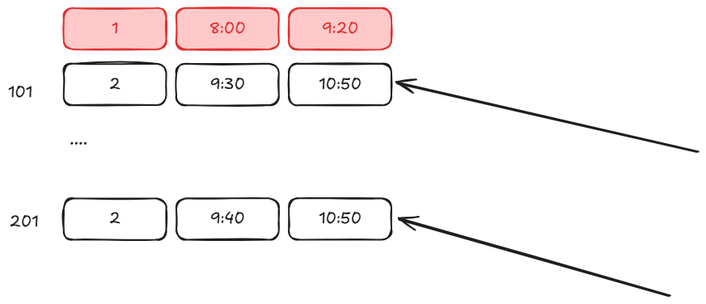
Before: 10_practice/scheme.excalidraw.png, a diagram exported from Excalidraw (silvercodes/P41_db_sql_ef). Source tidied: one line per element, renumbered; positions are measured from the earlier drawing's top-left corner, leaving out a move shared by most shapes. Source of this version:
```json
{"id": 0, "type": "rectangle", "strokeColor": "#e03131", "backgroundColor": "#ffc9c9", "fillStyle": "solid", "strokeWidth": 2, "roughness": 1, "round": true, "x": 69, "y": 0, "width": 127, "height": 51}
{"id": 1, "type": "text", "text": "1", "strokeColor": "#e03131", "strokeWidth": 2, "roughness": 1, "fontSize": 20, "fontFamily": 5, "textAlign": "center", "verticalAlign": "middle", "inside": 0, "x": 128, "y": 13, "width": 9, "height": 25}
{"id": 2, "type": "rectangle", "strokeColor": "#e03131", "backgroundColor": "#ffc9c9", "fillStyle": "solid", "strokeWidth": 2, "roughness": 1, "round": true, "x": 208, "y": 0, "width": 127, "height": 51}
{"id": 3, "type": "text", "text": "8:00", "strokeColor": "#e03131", "strokeWidth": 2, "roughness": 1, "fontSize": 20, "fontFamily": 5, "textAlign": "center", "verticalAlign": "middle", "inside": 2, "x": 249, "y": 13, "width": 45, "height": 25}
{"id": 4, "type": "rectangle", "strokeColor": "#e03131", "backgroundColor": "#ffc9c9", "fillStyle": "solid", "strokeWidth": 2, "roughness": 1, "round": true, "x": 347, "y": 0, "width": 127, "height": 51}
{"id": 5, "type": "text", "text": "9:20", "strokeColor": "#e03131", "strokeWidth": 2, "roughness": 1, "fontSize": 20, "fontFamily": 5, "textAlign": "center", "verticalAlign": "middle", "inside": 4, "x": 388, "y": 13, "width": 45, "height": 25}
{"id": 6, "type": "rectangle", "strokeColor": "#1e1e1e", "strokeWidth": 2, "roughness": 1, "round": true, "x": 69, "y": 69, "width": 127, "height": 51}
{"id": 7, "type": "text", "text": "2", "strokeColor": "#1e1e1e", "strokeWidth": 2, "roughness": 1, "fontSize": 20, "fontFamily": 5, "textAlign": "center", "verticalAlign": "middle", "inside": 6, "x": 125, "y": 82, "width": 14, "height": 25}
{"id": 8, "type": "rectangle", "strokeColor": "#1e1e1e", "strokeWidth": 2, "roughness": 1, "round": true, "x": 208, "y": 69, "width": 127, "height": 51}
{"id": 9, "type": "text", "text": "9:30", "strokeColor": "#1e1e1e", "strokeWidth": 2, "roughness": 1, "fontSize": 20, "fontFamily": 5, "textAlign": "center", "verticalAlign": "middle", "inside": 8, "x": 250, "y": 82, "width": 43, "height": 25}
{"id": 10, "type": "rectangle", "strokeColor": "#1e1e1e", "strokeWidth": 2, "roughness": 1, "round": true, "x": 347, "y": 69, "width": 127, "height": 51}
{"id": 11, "type": "text", "text": "10:50", "strokeColor": "#1e1e1e", "strokeWidth": 2, "roughness": 1, "fontSize": 20, "fontFamily": 5, "textAlign": "center", "verticalAlign": "middle", "inside": 10, "x": 384, "y": 82, "width": 53, "height": 25}
{"id": 12, "type": "text", "text": "....", "strokeColor": "#1e1e1e", "strokeWidth": 2, "roughness": 1, "fontSize": 20, "fontFamily": 5, "x": 76, "y": 150, "width": 22, "height": 25}
{"id": 13, "type": "rectangle", "strokeColor": "#1e1e1e", "strokeWidth": 2, "roughness": 1, "round": true, "x": 69, "y": 235, "width": 127, "height": 51}
{"id": 14, "type": "text", "text": "2", "strokeColor": "#1e1e1e", "strokeWidth": 2, "roughness": 1, "fontSize": 20, "fontFamily": 5, "textAlign": "center", "verticalAlign": "middle", "inside": 13, "x": 125, "y": 248, "width": 14, "height": 25}
{"id": 15, "type": "rectangle", "strokeColor": "#1e1e1e", "strokeWidth": 2, "roughness": 1, "round": true, "x": 208, "y": 235, "width": 127, "height": 51}
{"id": 16, "type": "text", "text": "9:40", "strokeColor": "#1e1e1e", "strokeWidth": 2, "roughness": 1, "fontSize": 20, "fontFamily": 5, "textAlign": "center", "verticalAlign": "middle", "inside": 15, "x": 250, "y": 248, "width": 43, "height": 25}
{"id": 17, "type": "rectangle", "strokeColor": "#1e1e1e", "strokeWidth": 2, "roughness": 1, "round": true, "x": 347, "y": 235, "width": 127, "height": 51}
{"id": 18, "type": "text", "text": "10:50", "strokeColor": "#1e1e1e", "strokeWidth": 2, "roughness": 1, "fontSize": 20, "fontFamily": 5, "textAlign": "center", "verticalAlign": "middle", "inside": 17, "x": 384, "y": 248, "width": 53, "height": 25}
{"id": 19, "type": "text", "text": "101", "strokeColor": "#1e1e1e", "strokeWidth": 2, "roughness": 1, "fontSize": 20, "fontFamily": 5, "x": 0, "y": 92, "width": 30, "height": 25}
{"id": 20, "type": "text", "text": "201", "strokeColor": "#1e1e1e", "strokeWidth": 2, "roughness": 1, "fontSize": 20, "fontFamily": 5, "x": 2, "y": 252, "width": 36, "height": 25}
{"id": 21, "type": "arrow", "strokeColor": "#1e1e1e", "strokeWidth": 2, "roughness": 1, "endArrowhead": "arrow", "round": true, "to": 17, "x": 818, "y": 356, "width": 336, "height": 94, "points": [[0, 0], [-336, -94]]}
{"id": 22, "type": "arrow", "strokeColor": "#1e1e1e", "strokeWidth": 2, "roughness": 1, "endArrowhead": "arrow", "round": true, "to": 10, "x": 852, "y": 177, "width": 371, "height": 84, "points": [[0, 0], [-371, -84]]}
```
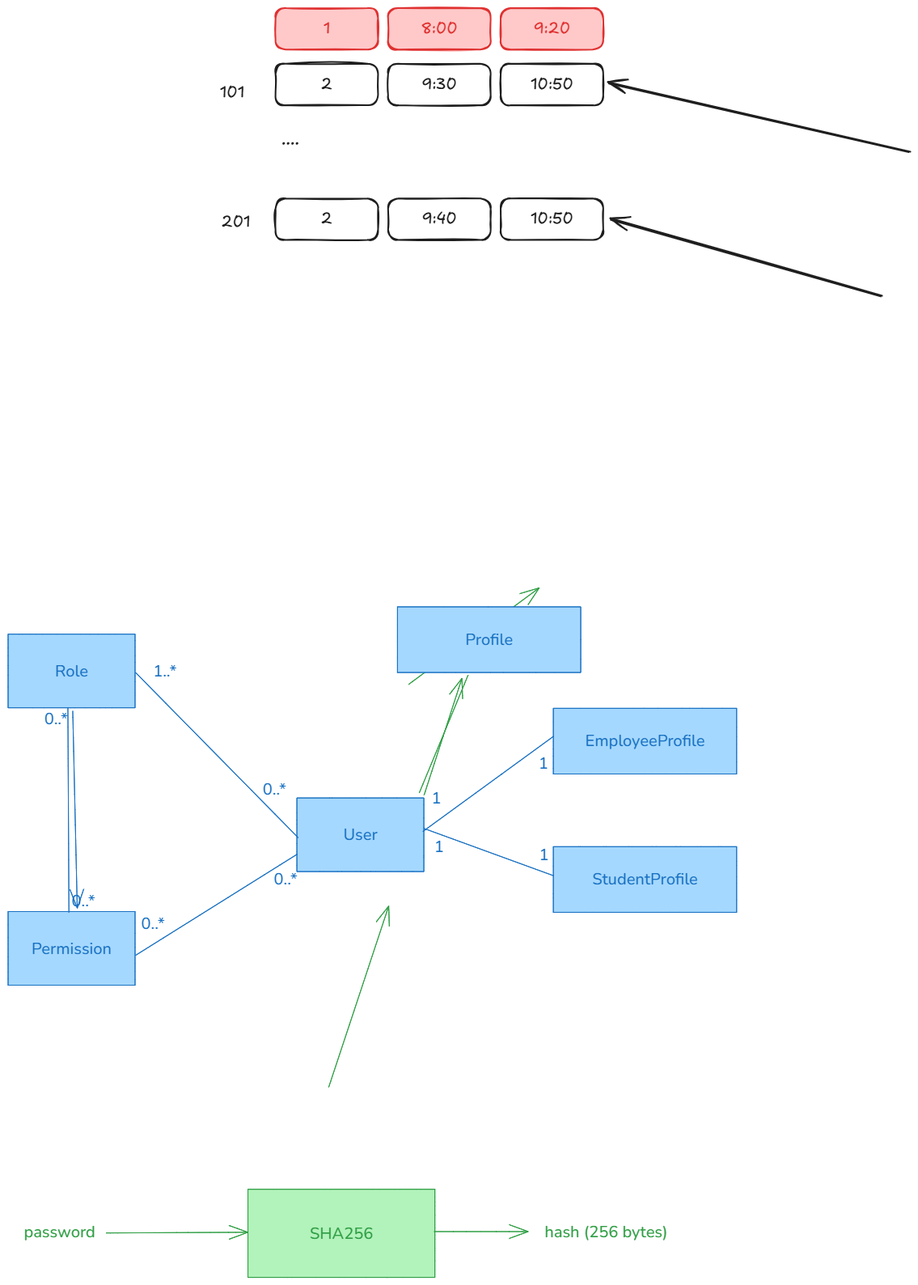
The same file after the commit.

What changed in the source:
```diff
@@ -21,3 +21,34 @@
 {"id": 20, "type": "text", "text": "201", "strokeColor": "#1e1e1e", "strokeWidth": 2, "roughness": 1, "fontSize": 20, "fontFamily": 5, "x": 2, "y": 252, "width": 36, "height": 25}
 {"id": 21, "type": "arrow", "strokeColor": "#1e1e1e", "strokeWidth": 2, "roughness": 1, "endArrowhead": "arrow", "round": true, "to": 17, "x": 818, "y": 356, "width": 336, "height": 94, "points": [[0, 0], [-336, -94]]}
 {"id": 22, "type": "arrow", "strokeColor": "#1e1e1e", "strokeWidth": 2, "roughness": 1, "endArrowhead": "arrow", "round": true, "to": 10, "x": 852, "y": 177, "width": 371, "height": 84, "points": [[0, 0], [-371, -84]]}
+{"id": 23, "type": "rectangle", "strokeColor": "#1971c2", "backgroundColor": "#a5d8ff", "fillStyle": "solid", "strokeWidth": 1, "roughness": 0, "x": 95, "y": 976, "width": 157, "height": 91}
+{"id": 24, "type": "text", "text": "User", "strokeColor": "#1971c2", "backgroundColor": "#b2f2bb", "fillStyle": "solid", "strokeWidth": 1, "roughness": 0, "fontSize": 20, "fontFamily": 6, "textAlign": "center", "verticalAlign": "middle", "inside": 23, "x": 153, "y": 1008, "width": 42, "height": 27}
+{"id": 25, "type": "rectangle", "strokeColor": "#1971c2", "backgroundColor": "#a5d8ff", "fillStyle": "solid", "strokeWidth": 1, "roughness": 0, "x": 412, "y": 865, "width": 227, "height": 81}
+{"id": 26, "type": "text", "text": "EmployeeProfile", "strokeColor": "#1971c2", "backgroundColor": "#b2f2bb", "fillStyle": "solid", "strokeWidth": 1, "roughness": 0, "fontSize": 20, "fontFamily": 6, "textAlign": "center", "verticalAlign": "middle", "inside": 25, "x": 452, "y": 892, "width": 148, "height": 27}
+{"id": 27, "type": "rectangle", "strokeColor": "#1971c2", "backgroundColor": "#a5d8ff", "fillStyle": "solid", "strokeWidth": 1, "roughness": 0, "x": 412, "y": 1036, "width": 227, "height": 81}
+{"id": 28, "type": "text", "text": "StudentProfile", "strokeColor": "#1971c2", "backgroundColor": "#b2f2bb", "fillStyle": "solid", "strokeWidth": 1, "roughness": 0, "fontSize": 20, "fontFamily": 6, "textAlign": "center", "verticalAlign": "middle", "inside": 27, "x": 460, "y": 1063, "width": 131, "height": 27}
+{"id": 29, "type": "line", "strokeColor": "#1971c2", "backgroundColor": "#a5d8ff", "fillStyle": "solid", "strokeWidth": 1, "roughness": 0, "x": 251, "y": 1018, "width": 162, "height": 118, "points": [[0, 0], [162, -118]]}
+{"id": 30, "type": "line", "strokeColor": "#1971c2", "backgroundColor": "#a5d8ff", "fillStyle": "solid", "strokeWidth": 1, "roughness": 0, "x": 252, "y": 1014, "width": 160, "height": 58, "points": [[0, 0], [160, 58]]}
+{"id": 31, "type": "text", "text": "1", "strokeColor": "#1971c2", "backgroundColor": "#a5d8ff", "fillStyle": "solid", "strokeWidth": 1, "roughness": 0, "fontSize": 20, "fontFamily": 6, "x": 262, "y": 963, "width": 12, "height": 27}
+{"id": 32, "type": "text", "text": "1", "strokeColor": "#1971c2", "backgroundColor": "#a5d8ff", "fillStyle": "solid", "strokeWidth": 1, "roughness": 0, "fontSize": 20, "fontFamily": 6, "x": 394, "y": 919, "width": 12, "height": 27}
+{"id": 33, "type": "text", "text": "1", "strokeColor": "#1971c2", "backgroundColor": "#a5d8ff", "fillStyle": "solid", "strokeWidth": 1, "roughness": 0, "fontSize": 20, "fontFamily": 6, "x": 265, "y": 1023, "width": 12, "height": 27}
+{"id": 34, "type": "text", "text": "1", "strokeColor": "#1971c2", "backgroundColor": "#a5d8ff", "fillStyle": "solid", "strokeWidth": 1, "roughness": 0, "fontSize": 20, "fontFamily": 6, "x": 395, "y": 1033, "width": 12, "height": 27}
+{"id": 35, "type": "rectangle", "strokeColor": "#1971c2", "backgroundColor": "#a5d8ff", "fillStyle": "solid", "strokeWidth": 1, "roughness": 0, "x": -262, "y": 1116, "width": 157, "height": 91}
+{"id": 36, "type": "text", "text": "Permission", "strokeColor": "#1971c2", "backgroundColor": "#b2f2bb", "fillStyle": "solid", "strokeWidth": 1, "roughness": 0, "fontSize": 20, "fontFamily": 6, "textAlign": "center", "verticalAlign": "middle", "inside": 35, "x": -233, "y": 1148, "width": 99, "height": 27}
+{"id": 37, "type": "rectangle", "strokeColor": "#1971c2", "backgroundColor": "#a5d8ff", "fillStyle": "solid", "strokeWidth": 1, "roughness": 0, "x": -262, "y": 774, "width": 157, "height": 91}
+{"id": 38, "type": "text", "text": "Role", "strokeColor": "#1971c2", "backgroundColor": "#b2f2bb", "fillStyle": "solid", "strokeWidth": 1, "roughness": 0, "fontSize": 20, "fontFamily": 6, "textAlign": "center", "verticalAlign": "middle", "inside": 37, "x": -204, "y": 806, "width": 41, "height": 27}
+{"id": 39, "type": "line", "strokeColor": "#1971c2", "backgroundColor": "#a5d8ff", "fillStyle": "solid", "strokeWidth": 1, "roughness": 0, "x": 97, "y": 1025, "width": 201, "height": 204, "points": [[0, 0], [-201, -204]]}
+{"id": 40, "type": "text", "text": "0..*", "strokeColor": "#1971c2", "backgroundColor": "#a5d8ff", "fillStyle": "solid", "strokeWidth": 1, "roughness": 0, "fontSize": 20, "fontFamily": 6, "x": 53, "y": 951, "width": 29, "height": 27}
+{"id": 41, "type": "text", "text": "1..*", "strokeColor": "#1971c2", "backgroundColor": "#a5d8ff", "fillStyle": "solid", "strokeWidth": 1, "roughness": 0, "fontSize": 20, "fontFamily": 6, "x": -83, "y": 806, "width": 29, "height": 27}
+{"id": 42, "type": "line", "strokeColor": "#1971c2", "backgroundColor": "#a5d8ff", "fillStyle": "solid", "strokeWidth": 1, "roughness": 0, "x": -188, "y": 865, "width": 1, "height": 252, "points": [[0, 0], [1, 252]]}
+{"id": 43, "type": "text", "text": "0..*", "strokeColor": "#1971c2", "backgroundColor": "#a5d8ff", "fillStyle": "solid", "strokeWidth": 1, "roughness": 0, "fontSize": 20, "fontFamily": 6, "x": -183, "y": 1089, "width": 29, "height": 27}
+{"id": 44, "type": "text", "text": "0..*", "strokeColor": "#1971c2", "backgroundColor": "#a5d8ff", "fillStyle": "solid", "strokeWidth": 1, "roughness": 0, "fontSize": 20, "fontFamily": 6, "x": -217, "y": 865, "width": 29, "height": 27}
+{"id": 45, "type": "line", "strokeColor": "#1971c2", "backgroundColor": "#a5d8ff", "fillStyle": "solid", "strokeWidth": 1, "roughness": 0, "x": 96, "y": 1045, "width": 200, "height": 125, "points": [[0, 0], [-200, 125]]}
+{"id": 46, "type": "text", "text": "0..*", "strokeColor": "#1971c2", "backgroundColor": "#a5d8ff", "fillStyle": "solid", "strokeWidth": 1, "roughness": 0, "fontSize": 20, "fontFamily": 6, "x": 67, "y": 1062, "width": 29, "height": 27}
+{"id": 47, "type": "text", "text": "0..*", "strokeColor": "#1971c2", "backgroundColor": "#a5d8ff", "fillStyle": "solid", "strokeWidth": 1, "roughness": 0, "fontSize": 20, "fontFamily": 6, "x": -97, "y": 1117, "width": 29, "height": 27}
+{"id": 48, "type": "rectangle", "strokeColor": "#2f9e44", "backgroundColor": "#b2f2bb", "fillStyle": "solid", "strokeWidth": 1, "roughness": 0, "x": 35, "y": 1460, "width": 231, "height": 109}
+{"id": 49, "type": "text", "text": "SHA256", "strokeColor": "#2f9e44", "backgroundColor": "#b2f2bb", "fillStyle": "solid", "strokeWidth": 1, "roughness": 0, "fontSize": 20, "fontFamily": 6, "textAlign": "center", "verticalAlign": "middle", "inside": 48, "x": 111, "y": 1501, "width": 78, "height": 27}
+{"id": 50, "type": "arrow", "strokeColor": "#2f9e44", "backgroundColor": "#b2f2bb", "fillStyle": "solid", "strokeWidth": 1, "roughness": 0, "endArrowhead": "arrow", "round": true, "to": 48, "x": -141, "y": 1514, "width": 175, "height": 1, "points": [[0, 0], [175, -1]]}
+{"id": 51, "type": "text", "text": "password", "strokeColor": "#2f9e44", "backgroundColor": "#b2f2bb", "fillStyle": "solid", "strokeWidth": 1, "roughness": 0, "fontSize": 20, "fontFamily": 6, "x": -242, "y": 1499, "width": 88, "height": 27}
+{"id": 52, "type": "arrow", "strokeColor": "#2f9e44", "backgroundColor": "#b2f2bb", "fillStyle": "solid", "strokeWidth": 1, "roughness": 0, "endArrowhead": "arrow", "round": true, "from": 48, "x": 265, "y": 1512, "width": 116, "height": 0, "points": [[0, 0], [116, 0]]}
+{"id": 53, "type": "text", "text": "hash (256 bytes)", "strokeColor": "#2f9e44", "backgroundColor": "#b2f2bb", "fillStyle": "solid", "strokeWidth": 1, "roughness": 0, "fontSize": 20, "fontFamily": 6, "x": 401, "y": 1498, "width": 152, "height": 27}
```
